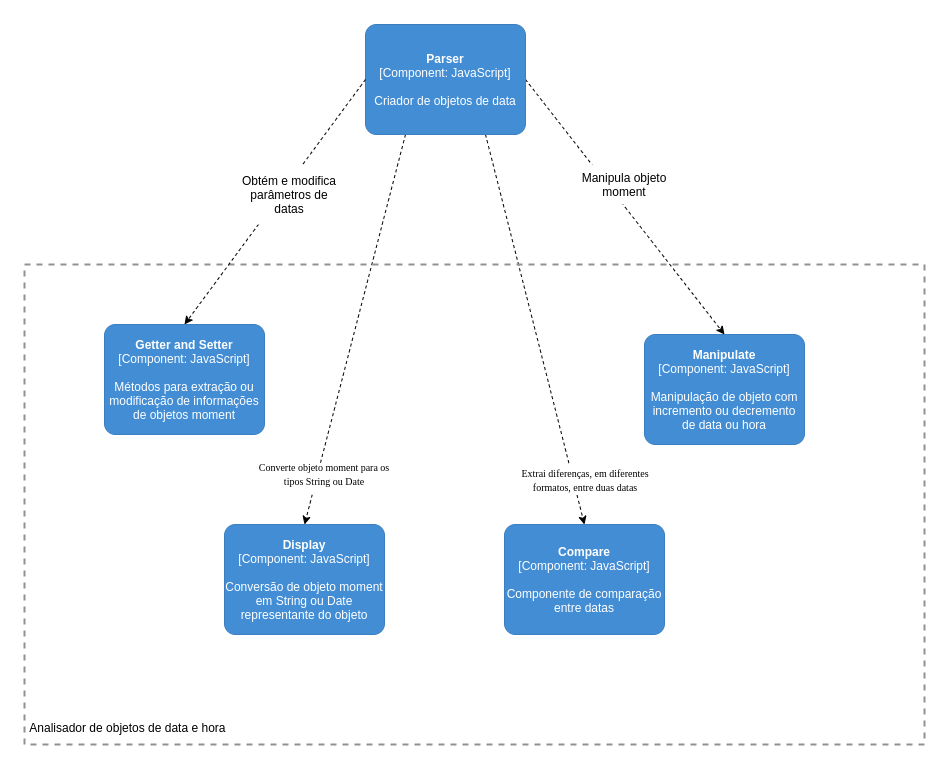
Before: content/posts/momentjs/momentjs-component-diagram.png, a diagram exported from draw.io (joaoarthurbm/arqsoft-blog). Source tidied: cells renumbered, new cells last; positions are measured from the earlier drawing's top-left corner, leaving out a move shared by most shapes. Source of this version:
```xml
<mxGraphModel>
  <root>
    <mxCell id="0" />
    <mxCell id="1" parent="0" />
    <mxCell id="2" style="html=1;labelBackgroundColor=#ffffff;startArrow=none;startFill=0;startSize=6;endArrow=classic;endFill=1;endSize=6;jettySize=auto;strokeWidth=1;dashed=1;fontSize=14;entryX=0.5;entryY=0;entryDx=0;entryDy=0;entryPerimeter=0;exitX=0.25;exitY=1;exitDx=0;exitDy=0;exitPerimeter=0;" parent="1" edge="1" source="13" target="10">
      <mxGeometry relative="1" as="geometry" />
    </mxCell>
    <mxCell id="3" style="html=1;labelBackgroundColor=#ffffff;startArrow=none;startFill=0;startSize=6;endArrow=classic;endFill=1;endSize=6;jettySize=auto;strokeWidth=1;dashed=1;fontSize=14;entryX=0.5;entryY=0;entryDx=0;entryDy=0;entryPerimeter=0;exitX=0.75;exitY=1;exitDx=0;exitDy=0;exitPerimeter=0;" parent="1" edge="1" source="13" target="8">
      <mxGeometry relative="1" as="geometry" />
    </mxCell>
    <mxCell id="4" style="fontStyle=0;verticalAlign=top;align=center;spacingTop=-2;fillColor=none;rounded=0;whiteSpace=wrap;html=1;strokeColor=#919191;strokeWidth=2;dashed=1;" parent="1" vertex="1">
      <mxGeometry y="240" width="900" height="480" as="geometry" />
    </mxCell>
    <mxCell id="5" value="&amp;nbsp;Analisador de objetos de data e hora" style="text;whiteSpace=wrap;html=1;" parent="4" vertex="1">
      <mxGeometry y="450" width="220" height="30" as="geometry" />
    </mxCell>
    <mxCell id="6" value="&lt;span&gt;&lt;div&gt;&lt;font face=&quot;verdana&quot;&gt;&lt;span style=&quot;font-size: 10px&quot;&gt;Converte objeto moment para os tipos String ou Date&lt;/span&gt;&lt;/font&gt;&lt;/div&gt;&lt;div style=&quot;font-family: &amp;#34;verdana&amp;#34; ; font-size: 10px&quot;&gt;&lt;br&gt;&lt;/div&gt;&lt;/span&gt;" style="text;html=1;strokeColor=none;fillColor=#FFFFFF;align=center;verticalAlign=middle;whiteSpace=wrap;rounded=0;" parent="4" vertex="1">
      <mxGeometry x="230" y="200" width="140" height="30" as="geometry" />
    </mxCell>
    <mxCell id="7" value="&lt;span&gt;&lt;div&gt;&lt;font face=&quot;verdana&quot;&gt;&lt;span style=&quot;font-size: 10px&quot;&gt;Extrai diferenças, em diferentes formatos, entre duas datas&lt;/span&gt;&lt;/font&gt;&lt;br&gt;&lt;/div&gt;&lt;/span&gt;" style="text;html=1;strokeColor=none;fillColor=#FFFFFF;align=center;verticalAlign=middle;whiteSpace=wrap;rounded=0;" parent="4" vertex="1">
      <mxGeometry x="491" y="200" width="140" height="30" as="geometry" />
    </mxCell>
    <object id="8" label="&lt;b&gt;%c4Name%&lt;/b&gt;&lt;div&gt;[%c4Type%: %c4Technology%]&lt;/div&gt;&lt;br&gt;&lt;div&gt;%c4Description%&lt;/div&gt;" c4Description="Componente de comparação entre datas" c4Name="Compare" c4Technology="JavaScript" c4Type="Component" placeholders="1">
      <mxCell style="rounded=1;whiteSpace=wrap;html=1;labelBackgroundColor=none;fillColor=#438DD5;fontColor=#ffffff;align=center;arcSize=10;strokeColor=#3C7FC0;metaData={&quot;c4Type&quot;:{&quot;editable&quot;:false}};points=[[0.25,0,0],[0.5,0,0],[0.75,0,0],[1,0.25,0],[1,0.5,0],[1,0.75,0],[0.75,1,0],[0.5,1,0],[0.25,1,0],[0,0.75,0],[0,0.5,0],[0,0.25,0]];" parent="4" vertex="1">
        <mxGeometry x="480" y="260" width="160" height="110" as="geometry" />
      </mxCell>
    </object>
    <object id="9" label="&lt;b&gt;%c4Name%&lt;/b&gt;&lt;div&gt;[%c4Type%: %c4Technology%]&lt;/div&gt;&lt;br&gt;&lt;div&gt;%c4Description%&lt;/div&gt;" c4Description="Manipulação de objeto com incremento ou decremento de data ou hora" c4Name="Manipulate" c4Technology="JavaScript" c4Type="Component" placeholders="1">
      <mxCell style="rounded=1;whiteSpace=wrap;html=1;labelBackgroundColor=none;fillColor=#438DD5;fontColor=#ffffff;align=center;arcSize=10;strokeColor=#3C7FC0;metaData={&quot;c4Type&quot;:{&quot;editable&quot;:false}};points=[[0.25,0,0],[0.5,0,0],[0.75,0,0],[1,0.25,0],[1,0.5,0],[1,0.75,0],[0.75,1,0],[0.5,1,0],[0.25,1,0],[0,0.75,0],[0,0.5,0],[0,0.25,0]];" parent="4" vertex="1">
        <mxGeometry x="620" y="70" width="160" height="110" as="geometry" />
      </mxCell>
    </object>
    <object id="10" label="&lt;b&gt;%c4Name%&lt;/b&gt;&lt;div&gt;[%c4Type%: %c4Technology%]&lt;/div&gt;&lt;br&gt;&lt;div&gt;%c4Description%&lt;/div&gt;" c4Description="Conversão de objeto moment em String ou Date representante do objeto" c4Name="Display" c4Technology="JavaScript" c4Type="Component" placeholders="1">
      <mxCell style="rounded=1;whiteSpace=wrap;html=1;labelBackgroundColor=none;fillColor=#438DD5;fontColor=#ffffff;align=center;arcSize=10;strokeColor=#3C7FC0;metaData={&quot;c4Type&quot;:{&quot;editable&quot;:false}};points=[[0.25,0,0],[0.5,0,0],[0.75,0,0],[1,0.25,0],[1,0.5,0],[1,0.75,0],[0.75,1,0],[0.5,1,0],[0.25,1,0],[0,0.75,0],[0,0.5,0],[0,0.25,0]];" parent="4" vertex="1">
        <mxGeometry x="200" y="260" width="160" height="110" as="geometry" />
      </mxCell>
    </object>
    <mxCell id="11" style="html=1;labelBackgroundColor=#ffffff;startArrow=none;startFill=0;startSize=6;endArrow=classic;endFill=1;endSize=6;jettySize=auto;strokeWidth=1;dashed=1;fontSize=14;entryX=0.5;entryY=0;entryDx=0;entryDy=0;entryPerimeter=0;exitX=1;exitY=0.5;exitDx=0;exitDy=0;exitPerimeter=0;" parent="1" edge="1" source="13" target="9">
      <mxGeometry relative="1" as="geometry" />
    </mxCell>
    <object id="12" label="&lt;b&gt;%c4Name%&lt;/b&gt;&lt;div&gt;[%c4Type%: %c4Technology%]&lt;/div&gt;&lt;br&gt;&lt;div&gt;%c4Description%&lt;/div&gt;" c4Description="Métodos para extração ou modificação de informações de objetos moment" c4Name="Getter and Setter" c4Technology="JavaScript" c4Type="Component" placeholders="1">
      <mxCell style="rounded=1;whiteSpace=wrap;html=1;labelBackgroundColor=none;fillColor=#438DD5;fontColor=#ffffff;align=center;arcSize=10;strokeColor=#3C7FC0;metaData={&quot;c4Type&quot;:{&quot;editable&quot;:false}};points=[[0.25,0,0],[0.5,0,0],[0.75,0,0],[1,0.25,0],[1,0.5,0],[1,0.75,0],[0.75,1,0],[0.5,1,0],[0.25,1,0],[0,0.75,0],[0,0.5,0],[0,0.25,0]];" parent="1" vertex="1">
        <mxGeometry x="80" y="300" width="160" height="110" as="geometry" />
      </mxCell>
    </object>
    <object id="13" label="&lt;b&gt;%c4Name%&lt;/b&gt;&lt;div&gt;[%c4Type%: %c4Technology%]&lt;/div&gt;&lt;br&gt;&lt;div&gt;%c4Description%&lt;/div&gt;" c4Description="Criador de objetos de data" c4Name="Parser" c4Technology="JavaScript" c4Type="Component" placeholders="1">
      <mxCell style="rounded=1;whiteSpace=wrap;html=1;labelBackgroundColor=none;fillColor=#438DD5;fontColor=#ffffff;align=center;arcSize=10;strokeColor=#3C7FC0;metaData={&quot;c4Type&quot;:{&quot;editable&quot;:false}};points=[[0.25,0,0],[0.5,0,0],[0.75,0,0],[1,0.25,0],[1,0.5,0],[1,0.75,0],[0.75,1,0],[0.5,1,0],[0.25,1,0],[0,0.75,0],[0,0.5,0],[0,0.25,0]];" parent="1" vertex="1">
        <mxGeometry x="341" width="160" height="110" as="geometry" />
      </mxCell>
    </object>
    <mxCell id="14" style="html=1;labelBackgroundColor=#ffffff;startArrow=none;startFill=0;startSize=6;endArrow=classic;endFill=1;endSize=6;jettySize=auto;strokeWidth=1;dashed=1;fontSize=14;entryX=0.5;entryY=0;entryDx=0;entryDy=0;entryPerimeter=0;exitX=0;exitY=0.5;exitDx=0;exitDy=0;exitPerimeter=0;" parent="1" edge="1" source="13" target="12">
      <mxGeometry relative="1" as="geometry" />
    </mxCell>
    <mxCell id="15" value="Obtém e modifica parâmetros de datas" style="text;html=1;strokeColor=none;fillColor=#FFFFFF;align=center;verticalAlign=middle;whiteSpace=wrap;rounded=0;" parent="1" vertex="1">
      <mxGeometry x="210" y="140" width="110" height="60" as="geometry" />
    </mxCell>
    <mxCell id="16" value="&lt;div&gt;Manipula objeto moment&lt;/div&gt;" style="text;html=1;strokeColor=none;fillColor=#FFFFFF;align=center;verticalAlign=middle;whiteSpace=wrap;rounded=0;" parent="1" vertex="1">
      <mxGeometry x="550" y="140" width="100" height="40" as="geometry" />
    </mxCell>
  </root>
</mxGraphModel>
```
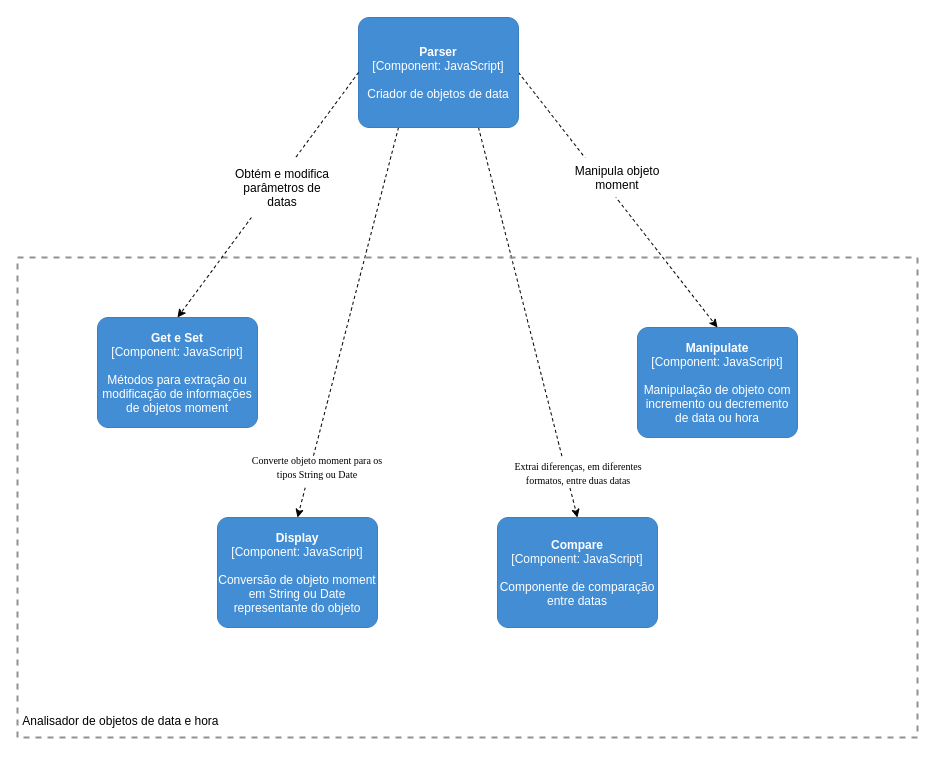
After the commit.

The edit, as a diff of the source:
```diff
@@ -38,7 +38,7 @@
     <mxCell id="11" style="html=1;labelBackgroundColor=#ffffff;startArrow=none;startFill=0;startSize=6;endArrow=classic;endFill=1;endSize=6;jettySize=auto;strokeWidth=1;dashed=1;fontSize=14;entryX=0.5;entryY=0;entryDx=0;entryDy=0;entryPerimeter=0;exitX=1;exitY=0.5;exitDx=0;exitDy=0;exitPerimeter=0;" parent="1" edge="1" source="13" target="9">
       <mxGeometry relative="1" as="geometry" />
     </mxCell>
-    <object id="12" label="&lt;b&gt;%c4Name%&lt;/b&gt;&lt;div&gt;[%c4Type%: %c4Technology%]&lt;/div&gt;&lt;br&gt;&lt;div&gt;%c4Description%&lt;/div&gt;" c4Description="Métodos para extração ou modificação de informações de objetos moment" c4Name="Getter and Setter" c4Technology="JavaScript" c4Type="Component" placeholders="1">
+    <object id="12" label="&lt;b&gt;%c4Name%&lt;/b&gt;&lt;div&gt;[%c4Type%: %c4Technology%]&lt;/div&gt;&lt;br&gt;&lt;div&gt;%c4Description%&lt;/div&gt;" c4Description="Métodos para extração ou modificação de informações de objetos moment" c4Name="Get e Set" c4Technology="JavaScript" c4Type="Component" placeholders="1">
       <mxCell style="rounded=1;whiteSpace=wrap;html=1;labelBackgroundColor=none;fillColor=#438DD5;fontColor=#ffffff;align=center;arcSize=10;strokeColor=#3C7FC0;metaData={&quot;c4Type&quot;:{&quot;editable&quot;:false}};points=[[0.25,0,0],[0.5,0,0],[0.75,0,0],[1,0.25,0],[1,0.5,0],[1,0.75,0],[0.75,1,0],[0.5,1,0],[0.25,1,0],[0,0.75,0],[0,0.5,0],[0,0.25,0]];" parent="1" vertex="1">
         <mxGeometry x="80" y="300" width="160" height="110" as="geometry" />
       </mxCell>
```
